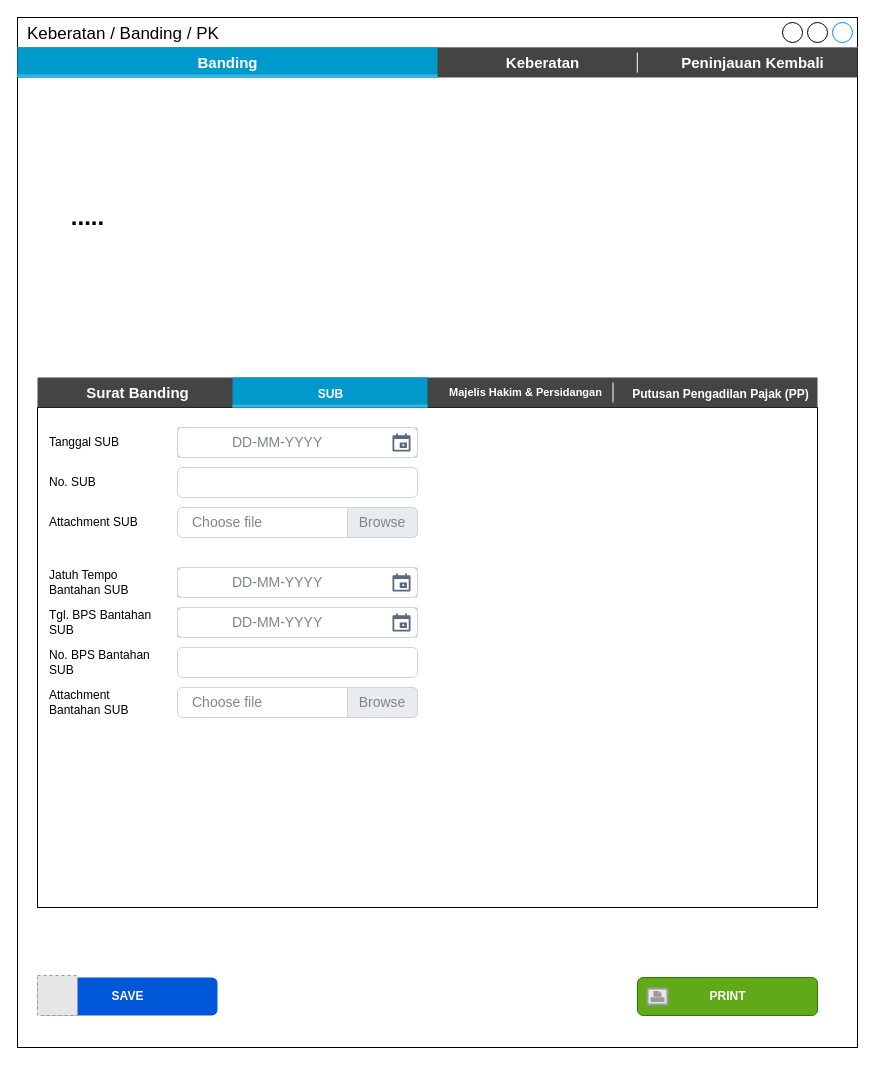
Before: page "4.1 Banding_SUB" (16 of 21) of TAMS.drawio in prasetyodavid/TAMS, a draw.io diagram. Source tidied: cells renumbered, new cells numbered last; positions are measured from the earlier drawing's top-left corner, leaving out a move shared by most shapes. Both pictures are drawn from the tidied source at 100%, with x=0, y=0 at pixel (17, 17). Pictures stored in the file or linked from it are replaced by grey dashed boxes.
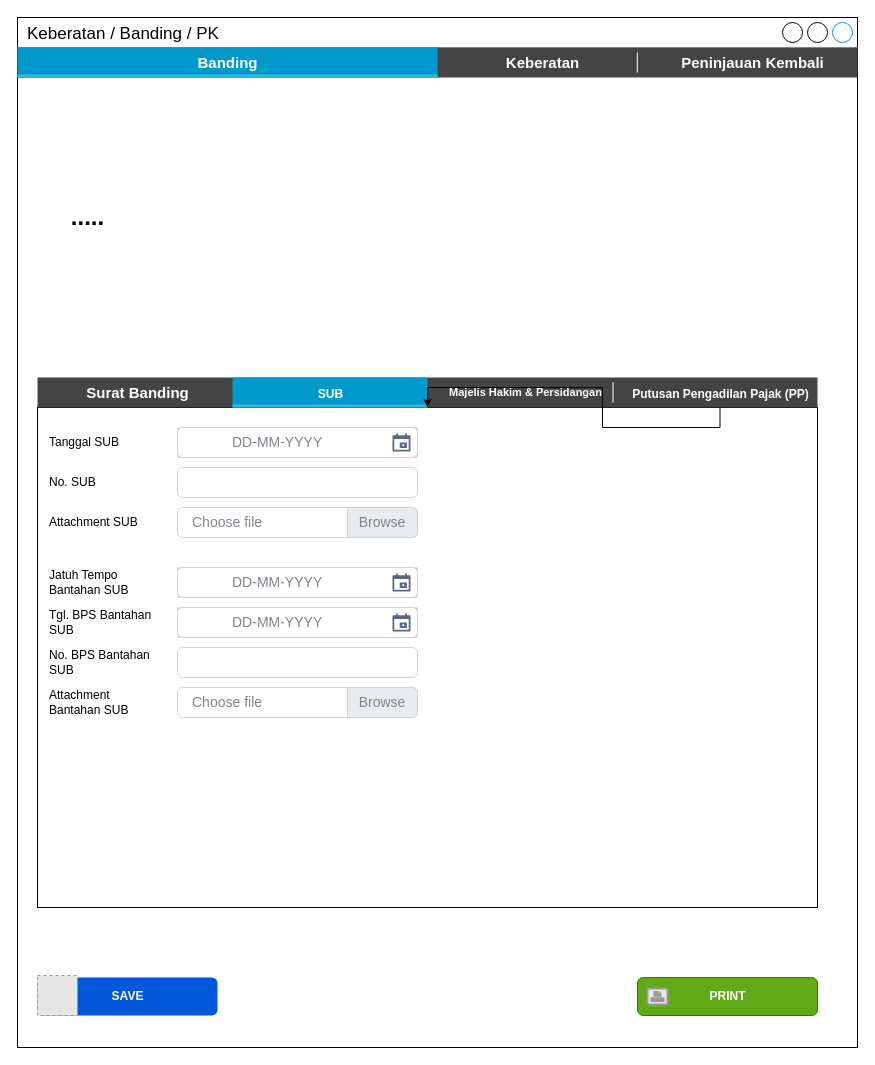
Above is the later version.

The change refers to these unchanged cells:
```xml
<mxCell id="9" style="rounded=0;whiteSpace=wrap;html=1;fontSize=15;" parent="1" vertex="1">
  <mxGeometry x="20" y="390" width="780" height="500" as="geometry" />
</mxCell>
<mxCell id="24" value="&lt;span style=&quot;font-size: 12px;&quot;&gt;Putusan Pengadilan Pajak (PP)&lt;/span&gt;" style="strokeWidth=1;html=1;shadow=0;dashed=0;shape=mxgraph.android.anchor;fontStyle=1;fontColor=#ffffff;fontSize=15;fillColor=#C7C7C7;" parent="19" vertex="1">
  <mxGeometry x="585" width="195" height="30" as="geometry" />
</mxCell>
```

Change to the diagram source:
```diff
@@
+    <mxCell id="48" style="edgeStyle=orthogonalEdgeStyle;rounded=0;jettySize=auto;html=1;" parent="1" edge="1" source="24" target="9">
+      <mxGeometry relative="1" as="geometry" />
+    </mxCell>
```
